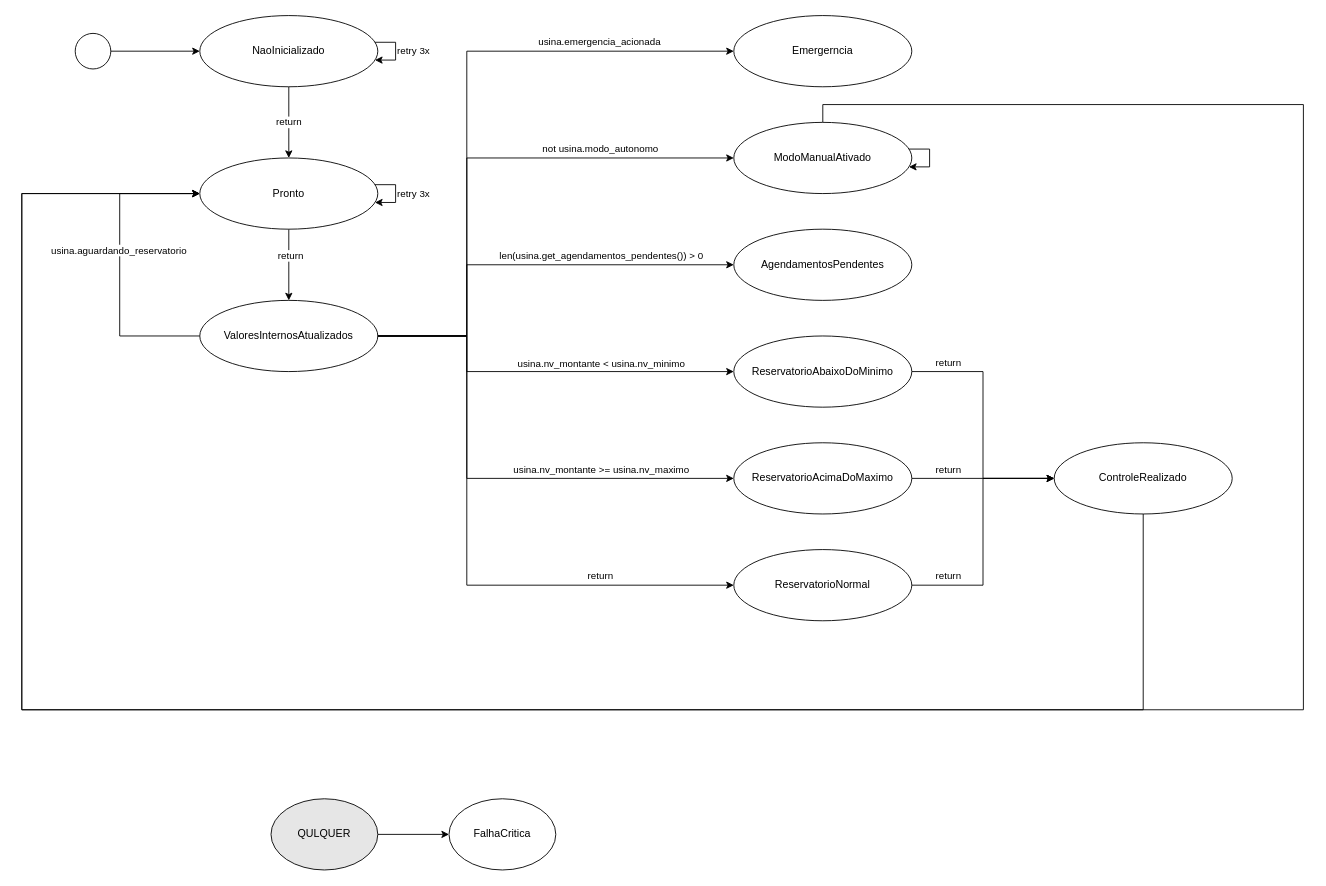
Before: diagramas/SM_MOA.drawio in DiegoBasgal/MOA, a draw.io diagram. Source tidied: cells renumbered, new cells numbered last; positions are measured from the earlier drawing's top-left corner, leaving out a move shared by most shapes. Both pictures are drawn from the tidied source at 89%, with x=0, y=0 at pixel (21, 15).
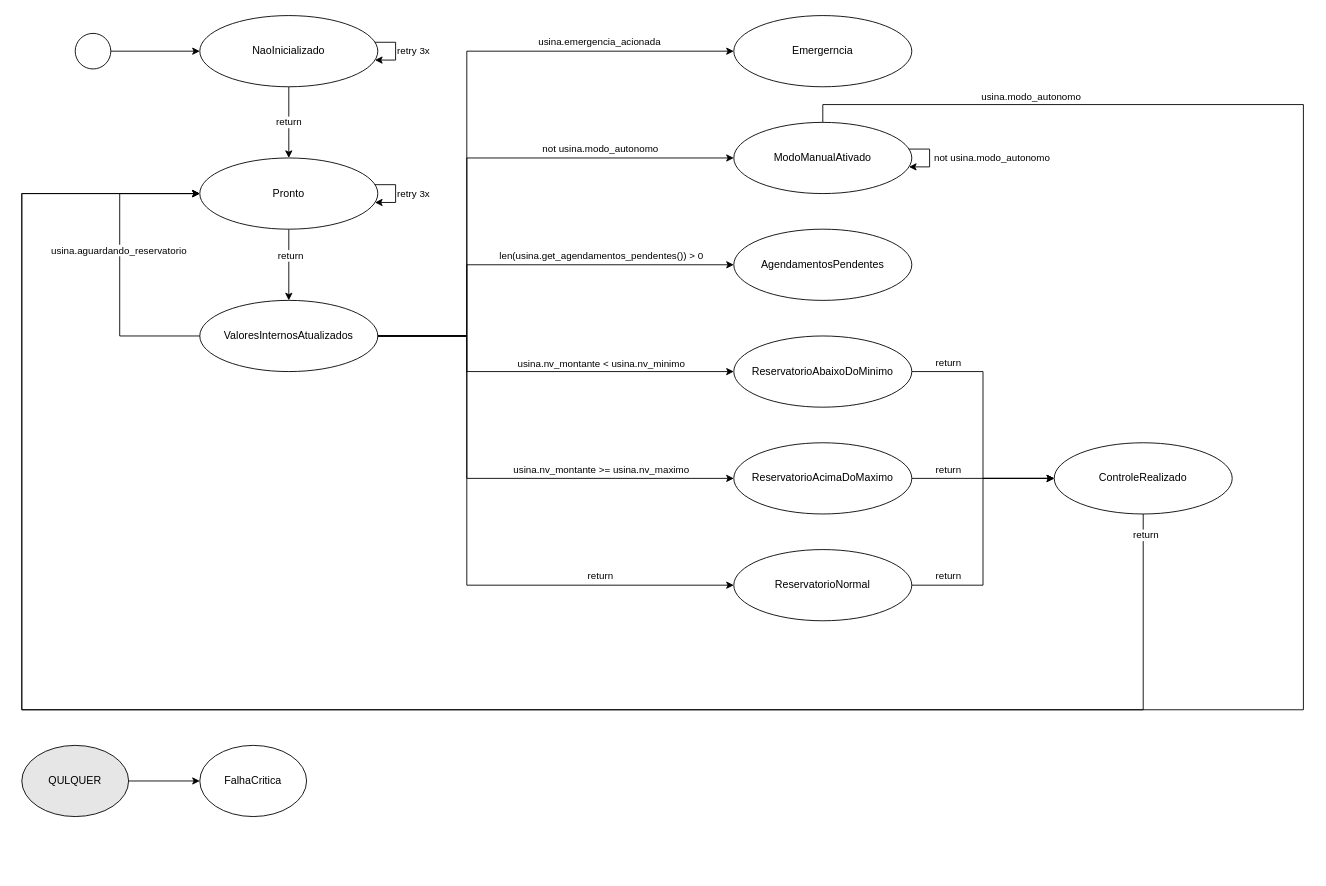
The same page after the edit.

Unchanged cells that the change refers to:
```xml
<mxCell id="22" style="edgeStyle=orthogonalEdgeStyle;rounded=0;jettySize=auto;html=1;" parent="1" edge="1" target="8">
  <mxGeometry relative="1" as="geometry">
    <mxPoint x="900" y="120" as="sourcePoint" />
    <Array as="points">
      <mxPoint x="900" y="100" />
      <mxPoint x="1440" y="100" />
      <mxPoint x="1440" y="780" />
      <mxPoint y="780" />
      <mxPoint y="200" />
    </Array>
  </mxGeometry>
</mxCell>
<mxCell id="23" value="ModoManualAtivado" style="ellipse;whiteSpace=wrap;html=1;" parent="1" vertex="1">
  <mxGeometry x="800" y="120" width="200" height="80" as="geometry" />
</mxCell>
<mxCell id="32" style="edgeStyle=orthogonalEdgeStyle;rounded=0;jettySize=auto;html=1;" parent="1" edge="1" source="33" target="8">
  <mxGeometry relative="1" as="geometry">
    <Array as="points">
      <mxPoint x="1260" y="780" />
      <mxPoint y="780" />
      <mxPoint y="200" />
    </Array>
  </mxGeometry>
</mxCell>
```

Diff of the diagram source:
```diff
@@
     <mxCell id="9" value="FalhaCritica" style="ellipse;whiteSpace=wrap;html=1;" parent="1" vertex="1">
-      <mxGeometry x="480" y="880" width="120" height="80" as="geometry" />
+      <mxGeometry x="200" y="820" width="120" height="80" as="geometry" />
     </mxCell>
@@
+    <mxCell id="39" value="usina.modo_autonomo" style="edgeLabel;html=1;align=center;verticalAlign=middle;" parent="22" vertex="1">
+      <mxGeometry x="-0.86" y="-1" relative="1" as="geometry">
+        <mxPoint x="11" y="-11" as="offset" />
+      </mxGeometry>
+    </mxCell>
@@
+    <mxCell id="40" value="return" style="edgeLabel;html=1;align=center;verticalAlign=middle;" parent="32" vertex="1">
+      <mxGeometry x="-0.98" y="2" relative="1" as="geometry" />
+    </mxCell>
@@
-    <mxCell id="36" style="edgeStyle=orthogonalEdgeStyle;rounded=0;orthogonalLoop=1;jettySize=auto;html=1;" parent="1" edge="1" source="23" target="23">
-      <mxGeometry relative="1" as="geometry" />
+    <mxCell id="36" value="not usina.modo_autonomo" style="edgeStyle=orthogonalEdgeStyle;rounded=0;orthogonalLoop=1;jettySize=auto;html=1;" parent="1" edge="1" source="23" target="23">
+      <mxGeometry y="70" relative="1" as="geometry" />
     </mxCell>
@@
     <mxCell id="38" value="QULQUER" style="ellipse;whiteSpace=wrap;html=1;fillColor=#E6E6E6;" parent="1" vertex="1">
-      <mxGeometry x="280" y="880" width="120" height="80" as="geometry" />
+      <mxGeometry y="820" width="120" height="80" as="geometry" />
     </mxCell>
```
